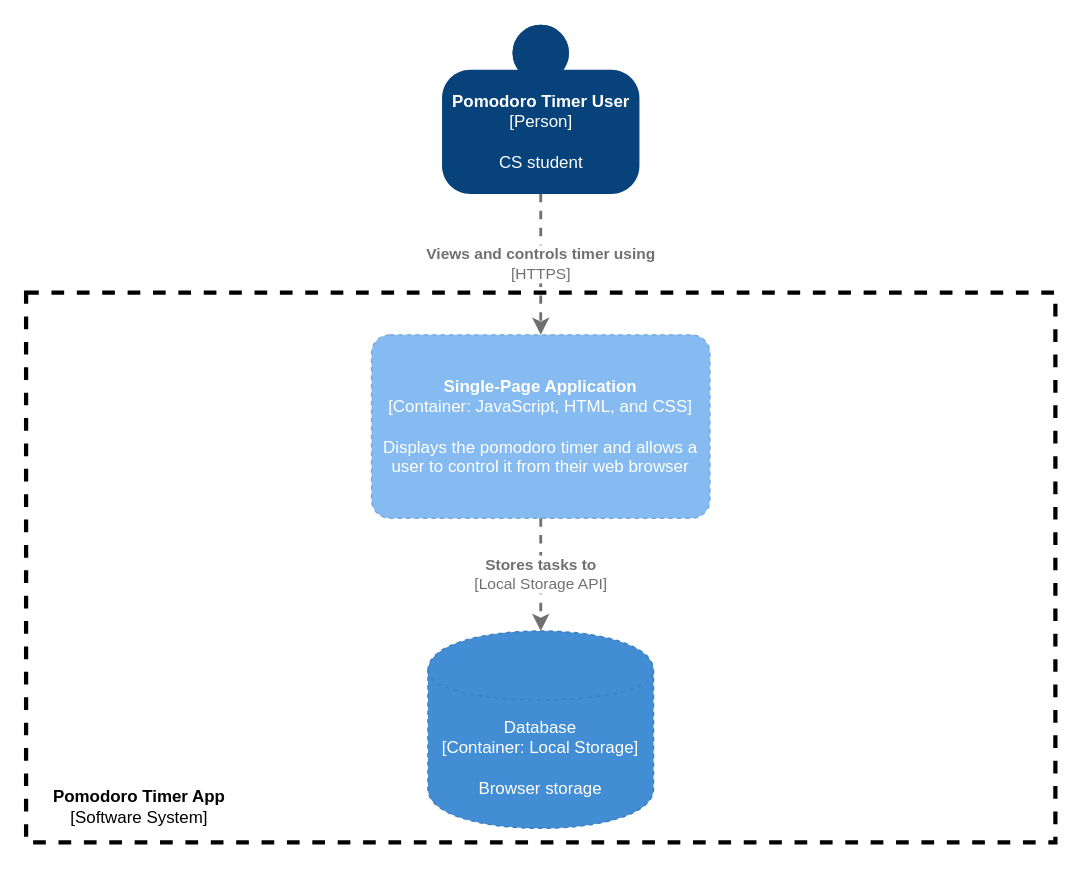
The draw.io diagram page "Level 2" (2 of 3) of specs/system_diagrams/c4.drawio in padraigUCSD/cse110-w21-group31, before the edit. Source tidied: cells renumbered, new cells numbered last; positions are measured from the earlier drawing's top-left corner, leaving out a move shared by most shapes. Both pictures are drawn from the tidied source at 141%, with x=0, y=0 at pixel (25, 24).
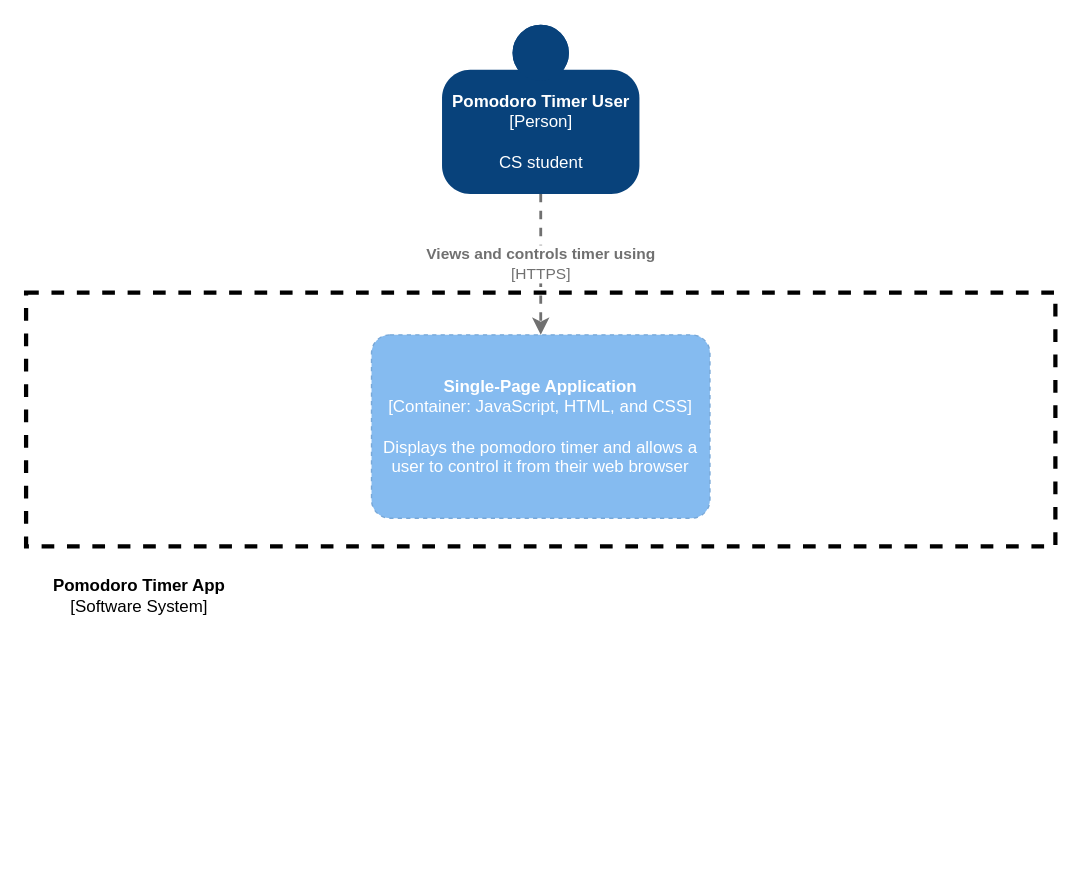
Above is the later version.

The edit, as a diff of the source:
```diff
@@
 <mxGraphModel>
   <root>
     <mxCell id="0" />
     <mxCell id="1" parent="0" />
     <mxCell id="2" style="rounded=0;whiteSpace=wrap;html=1;dashed=1;strokeWidth=3;fillColor=none;" parent="1" vertex="1">
-      <mxGeometry y="190" width="730" height="390" as="geometry" />
+      <mxGeometry y="190" width="730" height="180" as="geometry" />
     </mxCell>
     <mxCell id="3" value="&lt;div&gt;&lt;b&gt;Pomodoro Timer App&lt;/b&gt;&lt;/div&gt;&lt;div&gt;[Software System]&lt;br&gt;&lt;b&gt;&lt;/b&gt;&lt;/div&gt;" style="text;html=1;align=center;verticalAlign=middle;" parent="1" vertex="1">
-      <mxGeometry x="10" y="540" width="140" height="30" as="geometry" />
+      <mxGeometry x="10" y="390" width="140" height="30" as="geometry" />
     </mxCell>
     <object id="4" label="&lt;b&gt;%c4Name%&lt;/b&gt;&lt;div&gt;[%c4Type%: %c4Technology%]&lt;/div&gt;&lt;br&gt;&lt;div&gt;%c4Description%&lt;/div&gt;" c4Description="Displays the pomodoro timer and allows a user to control it from their web browser" c4Name="Single-Page Application" c4Technology="JavaScript, HTML, and CSS" c4Type="Container" placeholders="1">
       <mxCell style="rounded=1;whiteSpace=wrap;html=1;labelBackgroundColor=none;fillColor=#85BBF0;fontColor=#ffffff;align=center;arcSize=10;strokeColor=#78A8D8;metaData={&quot;c4Type&quot;:{&quot;editable&quot;:false}};points=[[0.25,0,0],[0.5,0,0],[0.75,0,0],[1,0.25,0],[1,0.5,0],[1,0.75,0],[0.75,1,0],[0.5,1,0],[0.25,1,0],[0,0.75,0],[0,0.5,0],[0,0.25,0]];dashed=1;" parent="1" vertex="1">
         <mxGeometry x="245" y="220" width="240" height="130" as="geometry" />
       </mxCell>
     </object>
-    <object id="5" label="%c4Type%&lt;div&gt;[Container:&amp;nbsp;%c4Technology%]&lt;/div&gt;&lt;br&gt;&lt;div&gt;%c4Description%&lt;/div&gt;" c4Description="Browser storage" c4Technology="Local Storage" c4Type="Database" placeholders="1">
-      <mxCell style="shape=cylinder;whiteSpace=wrap;html=1;boundedLbl=1;rounded=0;labelBackgroundColor=none;fillColor=#438DD5;fontSize=12;fontColor=#ffffff;align=center;strokeColor=#3C7FC0;points=[[0.5,0,0],[1,0.25,0],[1,0.5,0],[1,0.75,0],[0.5,1,0],[0,0.75,0],[0,0.5,0],[0,0.25,0]];metaData={&quot;c4Type&quot;:{&quot;editable&quot;:false}};dashed=1;" parent="1" vertex="1">
-        <mxGeometry x="285" y="430" width="160" height="140" as="geometry" />
-      </mxCell>
-    </object>
-    <object id="6" label="&lt;div style=&quot;text-align: left&quot;&gt;&lt;div style=&quot;text-align: center&quot;&gt;&lt;b&gt;%c4Description%&lt;/b&gt;&lt;/div&gt;&lt;div style=&quot;text-align: center&quot;&gt;[%c4Technology%]&lt;/div&gt;&lt;/div&gt;" c4Description="Stores tasks to" c4Technology="Local Storage API" placeholders="1">
-      <mxCell style="edgeStyle=none;rounded=0;html=1;entryX=0.5;entryY=0;jettySize=auto;strokeColor=#707070;strokeWidth=2;fontColor=#707070;jumpStyle=none;dashed=1;metaData={&quot;c4Type&quot;:{&quot;editable&quot;:false}};exitX=0.5;exitY=1;exitDx=0;exitDy=0;exitPerimeter=0;entryDx=0;entryDy=0;entryPerimeter=0;" parent="1" edge="1" source="4" target="5">
-        <mxGeometry relative="1" as="geometry" />
-      </mxCell>
-    </object>
     <object id="7" label="&lt;b&gt;%c4Name%&lt;/b&gt;&lt;div&gt;[%c4Type%]&lt;/div&gt;&lt;br&gt;&lt;div&gt;%c4Description%&lt;/div&gt;" c4Description="CS student" c4Name="Pomodoro Timer User" c4Type="Person" placeholders="1">
       <mxCell style="html=1;dashed=0;whitespace=wrap;fillColor=#08427b;strokeColor=none;fontColor=#ffffff;shape=mxgraph.c4.person;align=center;points=[[0.5,0,0],[1,0.5,0],[1,0.75,0],[0.75,1,0],[0.5,1,0],[0.25,1,0],[0,0.75,0],[0,0.5,0]];metaData={&quot;c4Type&quot;:{&quot;editable&quot;:false}};" parent="1" vertex="1">
         <mxGeometry x="295" width="140" height="120" as="geometry" />
       </mxCell>
     </object>
     <object id="8" label="&lt;div style=&quot;text-align: left&quot;&gt;&lt;div style=&quot;text-align: center&quot;&gt;&lt;b&gt;%c4Description%&lt;/b&gt;&lt;/div&gt;&lt;div style=&quot;text-align: center&quot;&gt;[%c4Technology%]&lt;/div&gt;&lt;/div&gt;" c4Description="Views and controls timer using" c4Technology="HTTPS" placeholders="1">
       <mxCell style="edgeStyle=none;rounded=0;html=1;entryX=0.5;entryY=0;jettySize=auto;strokeColor=#707070;strokeWidth=2;fontColor=#707070;jumpStyle=none;dashed=1;metaData={&quot;c4Type&quot;:{&quot;editable&quot;:false}};exitX=0.5;exitY=1;exitDx=0;exitDy=0;exitPerimeter=0;entryDx=0;entryDy=0;entryPerimeter=0;" parent="1" edge="1" source="7" target="4">
         <mxGeometry relative="1" as="geometry" />
       </mxCell>
     </object>
   </root>
 </mxGraphModel>
```
